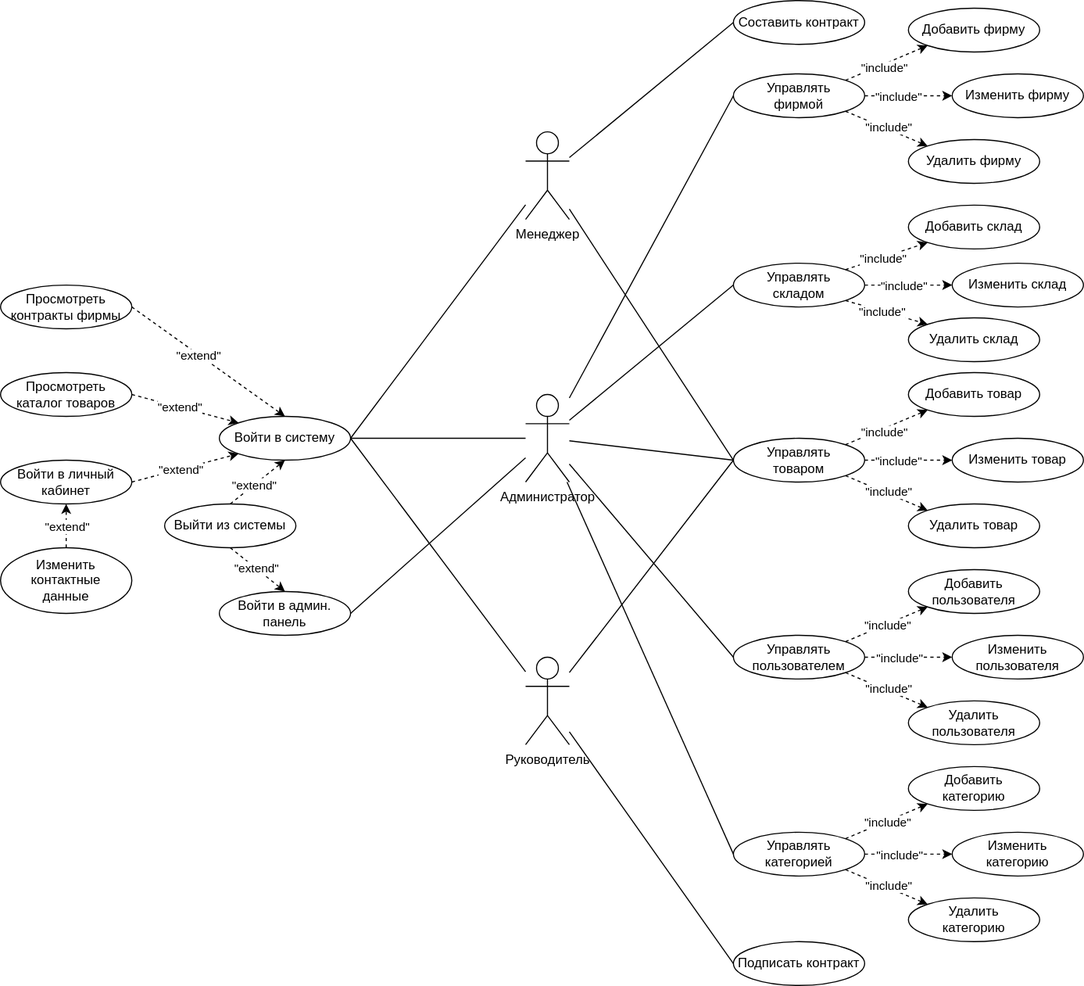
This is report/tex/images/use_case.svg from PackledD/ResellerShop, a draw.io export, as it was before one commit. Source tidied: cells renumbered, new cells last; positions are measured from the earlier drawing's top-left corner, leaving out a move shared by most shapes.
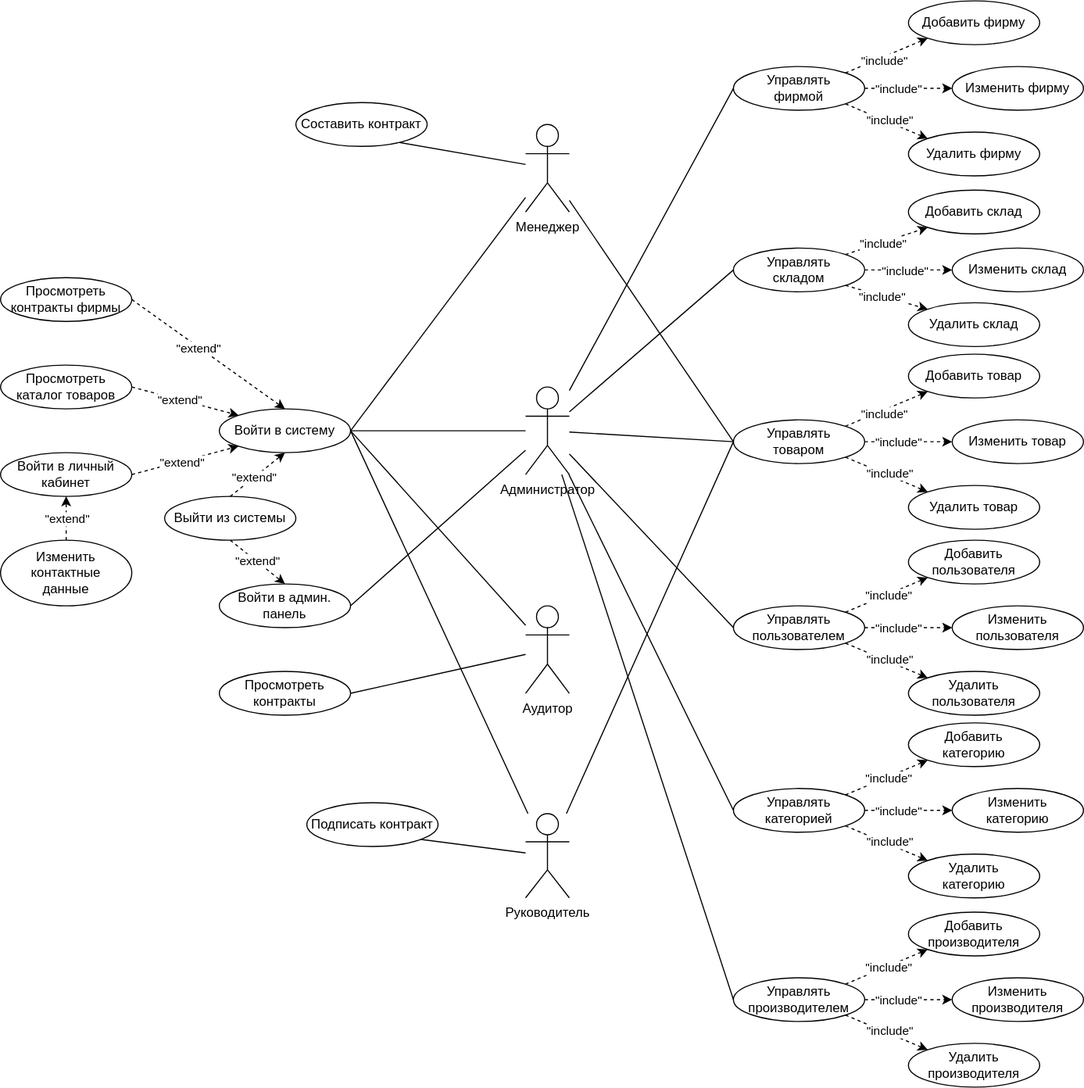
Later version of the same file.

Change to the diagram source:
```diff
@@ -26,14 +26,14 @@
     <mxCell id="9" style="rounded=0;jettySize=auto;html=1;entryX=1;entryY=0.5;entryDx=0;entryDy=0;endArrow=none;endFill=0;" parent="1" edge="1" source="12" target="54">
       <mxGeometry relative="1" as="geometry" />
     </mxCell>
-    <mxCell id="10" style="edgeStyle=none;shape=connector;rounded=0;jettySize=auto;html=1;entryX=0;entryY=0.5;entryDx=0;entryDy=0;labelBackgroundColor=default;strokeColor=default;align=center;verticalAlign=middle;fontFamily=Helvetica;fontSize=11;fontColor=default;endArrow=none;endFill=0;" parent="1" edge="1" source="12" target="38">
+    <mxCell id="10" style="edgeStyle=none;shape=connector;rounded=0;jettySize=auto;html=1;entryX=0;entryY=0.5;entryDx=0;entryDy=0;labelBackgroundColor=default;strokeColor=default;align=center;verticalAlign=middle;fontFamily=Helvetica;fontSize=11;fontColor=default;endArrow=none;endFill=0;" parent="1" edge="1" source="89" target="38">
       <mxGeometry relative="1" as="geometry" />
     </mxCell>
-    <mxCell id="11" style="edgeStyle=none;shape=connector;rounded=0;jettySize=auto;html=1;entryX=0;entryY=0.5;entryDx=0;entryDy=0;labelBackgroundColor=default;strokeColor=default;align=center;verticalAlign=middle;fontFamily=Helvetica;fontSize=11;fontColor=default;endArrow=none;endFill=0;" parent="1" edge="1" source="12" target="23">
+    <mxCell id="11" style="edgeStyle=none;shape=connector;rounded=0;jettySize=auto;html=1;entryX=0;entryY=0.5;entryDx=0;entryDy=0;labelBackgroundColor=default;strokeColor=default;align=center;verticalAlign=middle;fontFamily=Helvetica;fontSize=11;fontColor=default;endArrow=none;endFill=0;" parent="1" edge="1" source="89" target="23">
       <mxGeometry relative="1" as="geometry" />
     </mxCell>
-    <mxCell id="12" value="Руководитель" style="shape=umlActor;verticalLabelPosition=bottom;verticalAlign=top;html=1;outlineConnect=0;" parent="1" vertex="1">
-      <mxGeometry x="480" y="600" width="40" height="80" as="geometry" />
+    <mxCell id="12" value="Аудитор" style="shape=umlActor;verticalLabelPosition=bottom;verticalAlign=top;html=1;outlineConnect=0;" parent="1" vertex="1">
+      <mxGeometry x="480" y="560" width="40" height="80" as="geometry" />
     </mxCell>
     <mxCell id="13" style="rounded=0;jettySize=auto;html=1;entryX=1;entryY=0.5;entryDx=0;entryDy=0;endArrow=none;endFill=0;" parent="1" edge="1" source="16" target="54">
       <mxGeometry relative="1" as="geometry" />
@@ -70,28 +70,28 @@
       </mxGeometry>
     </mxCell>
     <mxCell id="23" value="Управлять&lt;br&gt;товаром" style="ellipse;whiteSpace=wrap;html=1;" parent="1" vertex="1">
-      <mxGeometry x="670" y="400" width="120" height="40" as="geometry" />
+      <mxGeometry x="670" y="390" width="120" height="40" as="geometry" />
     </mxCell>
     <mxCell id="24" value="Добавить товар" style="ellipse;whiteSpace=wrap;html=1;" parent="1" vertex="1">
-      <mxGeometry x="830" y="340" width="120" height="40" as="geometry" />
+      <mxGeometry x="830" y="330" width="120" height="40" as="geometry" />
     </mxCell>
     <mxCell id="25" value="Удалить товар" style="ellipse;whiteSpace=wrap;html=1;" parent="1" vertex="1">
-      <mxGeometry x="830" y="460" width="120" height="40" as="geometry" />
+      <mxGeometry x="830" y="450" width="120" height="40" as="geometry" />
     </mxCell>
     <mxCell id="26" value="Изменить товар" style="ellipse;whiteSpace=wrap;html=1;" parent="1" vertex="1">
-      <mxGeometry x="870" y="400" width="120" height="40" as="geometry" />
+      <mxGeometry x="870" y="390" width="120" height="40" as="geometry" />
     </mxCell>
     <mxCell id="27" value="Управлять&lt;br&gt;пользователем" style="ellipse;whiteSpace=wrap;html=1;" parent="1" vertex="1">
-      <mxGeometry x="670" y="580" width="120" height="40" as="geometry" />
+      <mxGeometry x="670" y="560" width="120" height="40" as="geometry" />
     </mxCell>
     <mxCell id="28" value="Добавить пользователя" style="ellipse;whiteSpace=wrap;html=1;" parent="1" vertex="1">
-      <mxGeometry x="830" y="520" width="120" height="40" as="geometry" />
+      <mxGeometry x="830" y="500" width="120" height="40" as="geometry" />
     </mxCell>
     <mxCell id="29" value="Изменить пользователя" style="ellipse;whiteSpace=wrap;html=1;" parent="1" vertex="1">
-      <mxGeometry x="870" y="580" width="120" height="40" as="geometry" />
+      <mxGeometry x="870" y="560" width="120" height="40" as="geometry" />
     </mxCell>
     <mxCell id="30" value="Удалить пользователя" style="ellipse;whiteSpace=wrap;html=1;" parent="1" vertex="1">
-      <mxGeometry x="830" y="640" width="120" height="40" as="geometry" />
+      <mxGeometry x="830" y="620" width="120" height="40" as="geometry" />
     </mxCell>
     <mxCell id="31" style="edgeStyle=none;shape=connector;rounded=0;jettySize=auto;html=1;exitX=1;exitY=1;exitDx=0;exitDy=0;entryX=0;entryY=0;entryDx=0;entryDy=0;labelBackgroundColor=default;strokeColor=default;align=center;verticalAlign=middle;fontFamily=Helvetica;fontSize=11;fontColor=default;endArrow=classic;endFill=1;dashed=1;" parent="1" edge="1" source="27" target="30">
       <mxGeometry relative="1" as="geometry" />
@@ -118,19 +118,19 @@
       </mxGeometry>
     </mxCell>
     <mxCell id="37" value="Составить контракт" style="ellipse;whiteSpace=wrap;html=1;" parent="1" vertex="1">
-      <mxGeometry x="670" width="120" height="40" as="geometry" />
+      <mxGeometry x="270" y="100" width="120" height="40" as="geometry" />
     </mxCell>
     <mxCell id="38" value="Подписать контракт" style="ellipse;whiteSpace=wrap;html=1;" parent="1" vertex="1">
-      <mxGeometry x="670" y="860" width="120" height="40" as="geometry" />
+      <mxGeometry x="280" y="740" width="120" height="40" as="geometry" />
     </mxCell>
     <mxCell id="39" value="Управлять&lt;br&gt;складом" style="ellipse;whiteSpace=wrap;html=1;" parent="1" vertex="1">
-      <mxGeometry x="670" y="240" width="120" height="40" as="geometry" />
+      <mxGeometry x="670" y="233" width="120" height="40" as="geometry" />
     </mxCell>
     <mxCell id="40" value="Добавить склад" style="ellipse;whiteSpace=wrap;html=1;" parent="1" vertex="1">
-      <mxGeometry x="830" y="187" width="120" height="40" as="geometry" />
+      <mxGeometry x="830" y="180" width="120" height="40" as="geometry" />
     </mxCell>
     <mxCell id="41" value="Изменить склад" style="ellipse;whiteSpace=wrap;html=1;" parent="1" vertex="1">
-      <mxGeometry x="870" y="240" width="120" height="40" as="geometry" />
+      <mxGeometry x="870" y="233" width="120" height="40" as="geometry" />
     </mxCell>
     <mxCell id="42" style="edgeStyle=none;shape=connector;rounded=0;jettySize=auto;html=1;exitX=1;exitY=0;exitDx=0;exitDy=0;entryX=0;entryY=1;entryDx=0;entryDy=0;labelBackgroundColor=default;strokeColor=default;align=center;verticalAlign=middle;fontFamily=Helvetica;fontSize=11;fontColor=default;endArrow=classic;endFill=1;dashed=1;" parent="1" edge="1" source="39" target="40">
       <mxGeometry relative="1" as="geometry" />
@@ -233,7 +233,7 @@
       </mxGeometry>
     </mxCell>
     <mxCell id="70" value="Удалить склад" style="ellipse;whiteSpace=wrap;html=1;" parent="1" vertex="1">
-      <mxGeometry x="830" y="290" width="120" height="40" as="geometry" />
+      <mxGeometry x="830" y="283" width="120" height="40" as="geometry" />
     </mxCell>
     <mxCell id="71" style="edgeStyle=none;shape=connector;rounded=0;jettySize=auto;html=1;exitX=1;exitY=0.5;exitDx=0;exitDy=0;entryX=0;entryY=0.5;entryDx=0;entryDy=0;labelBackgroundColor=default;strokeColor=default;align=center;verticalAlign=middle;fontFamily=Helvetica;fontSize=11;fontColor=default;endArrow=classic;endFill=1;dashed=1;" parent="1" edge="1" source="39" target="41">
       <mxGeometry relative="1" as="geometry" />
@@ -263,16 +263,16 @@
       </mxGeometry>
     </mxCell>
     <mxCell id="78" value="Управлять&lt;br&gt;категорией" style="ellipse;whiteSpace=wrap;html=1;" parent="1" vertex="1">
-      <mxGeometry x="670" y="760" width="120" height="40" as="geometry" />
+      <mxGeometry x="670" y="727" width="120" height="40" as="geometry" />
     </mxCell>
     <mxCell id="79" value="Добавить&lt;br&gt;категорию" style="ellipse;whiteSpace=wrap;html=1;" parent="1" vertex="1">
-      <mxGeometry x="830" y="700" width="120" height="40" as="geometry" />
+      <mxGeometry x="830" y="667" width="120" height="40" as="geometry" />
     </mxCell>
     <mxCell id="80" value="Изменить&lt;br&gt;категорию" style="ellipse;whiteSpace=wrap;html=1;" parent="1" vertex="1">
-      <mxGeometry x="870" y="760" width="120" height="40" as="geometry" />
+      <mxGeometry x="870" y="727" width="120" height="40" as="geometry" />
     </mxCell>
     <mxCell id="81" value="Удалить&lt;br&gt;категорию" style="ellipse;whiteSpace=wrap;html=1;" parent="1" vertex="1">
-      <mxGeometry x="830" y="820" width="120" height="40" as="geometry" />
+      <mxGeometry x="830" y="787" width="120" height="40" as="geometry" />
     </mxCell>
     <mxCell id="82" style="edgeStyle=none;shape=connector;rounded=0;jettySize=auto;html=1;exitX=1;exitY=1;exitDx=0;exitDy=0;entryX=0;entryY=0;entryDx=0;entryDy=0;labelBackgroundColor=default;strokeColor=default;align=center;verticalAlign=middle;fontFamily=Helvetica;fontSize=11;fontColor=default;endArrow=classic;endFill=1;dashed=1;" parent="1" edge="1" source="78" target="81">
       <mxGeometry relative="1" as="geometry" />
@@ -301,5 +301,56 @@
     <mxCell id="88" style="edgeStyle=none;shape=connector;rounded=0;jettySize=auto;html=1;entryX=0;entryY=0.5;entryDx=0;entryDy=0;labelBackgroundColor=default;strokeColor=default;align=center;verticalAlign=middle;fontFamily=Helvetica;fontSize=11;fontColor=default;endArrow=none;endFill=0;" parent="1" edge="1" source="8" target="78">
       <mxGeometry relative="1" as="geometry" />
     </mxCell>
+    <mxCell id="89" value="Руководитель" style="shape=umlActor;verticalLabelPosition=bottom;verticalAlign=top;html=1;outlineConnect=0;" parent="1" vertex="1">
+      <mxGeometry x="480" y="750" width="40" height="77" as="geometry" />
+    </mxCell>
+    <mxCell id="90" style="edgeStyle=none;shape=connector;rounded=0;jettySize=auto;html=1;entryX=1;entryY=0.5;entryDx=0;entryDy=0;labelBackgroundColor=default;strokeColor=default;align=center;verticalAlign=middle;fontFamily=Helvetica;fontSize=11;fontColor=default;endArrow=none;endFill=0;" parent="1" edge="1" source="89" target="54">
+      <mxGeometry relative="1" as="geometry" />
+    </mxCell>
+    <mxCell id="91" value="Просмотреть контракты" style="ellipse;whiteSpace=wrap;html=1;" parent="1" vertex="1">
+      <mxGeometry x="200" y="620" width="120" height="40" as="geometry" />
+    </mxCell>
+    <mxCell id="92" style="edgeStyle=none;shape=connector;rounded=0;jettySize=auto;html=1;entryX=1;entryY=0.5;entryDx=0;entryDy=0;labelBackgroundColor=default;strokeColor=default;align=center;verticalAlign=middle;fontFamily=Helvetica;fontSize=11;fontColor=default;endArrow=none;endFill=0;" parent="1" edge="1" source="12" target="91">
+      <mxGeometry relative="1" as="geometry" />
+    </mxCell>
+    <mxCell id="93" value="Управлять&lt;br&gt;производителем" style="ellipse;whiteSpace=wrap;html=1;" parent="1" vertex="1">
+      <mxGeometry x="670" y="900" width="120" height="40" as="geometry" />
+    </mxCell>
+    <mxCell id="94" value="Добавить&lt;br&gt;производителя" style="ellipse;whiteSpace=wrap;html=1;" parent="1" vertex="1">
+      <mxGeometry x="830" y="840" width="120" height="40" as="geometry" />
+    </mxCell>
+    <mxCell id="95" value="Изменить&lt;br&gt;производителя" style="ellipse;whiteSpace=wrap;html=1;" parent="1" vertex="1">
+      <mxGeometry x="870" y="900" width="120" height="40" as="geometry" />
+    </mxCell>
+    <mxCell id="96" value="Удалить&lt;br&gt;производителя" style="ellipse;whiteSpace=wrap;html=1;" parent="1" vertex="1">
+      <mxGeometry x="830" y="960" width="120" height="40" as="geometry" />
+    </mxCell>
+    <mxCell id="97" style="edgeStyle=none;shape=connector;rounded=0;jettySize=auto;html=1;exitX=1;exitY=1;exitDx=0;exitDy=0;entryX=0;entryY=0;entryDx=0;entryDy=0;labelBackgroundColor=default;strokeColor=default;align=center;verticalAlign=middle;fontFamily=Helvetica;fontSize=11;fontColor=default;endArrow=classic;endFill=1;dashed=1;" parent="1" edge="1" source="93" target="96">
+      <mxGeometry relative="1" as="geometry" />
+    </mxCell>
+    <mxCell id="98" value="&quot;include&quot;" style="edgeLabel;html=1;align=center;verticalAlign=middle;" parent="97" vertex="1">
+      <mxGeometry x="0.19" y="1" relative="1" as="geometry">
+        <mxPoint x="-6" y="-4" as="offset" />
+      </mxGeometry>
+    </mxCell>
+    <mxCell id="99" style="edgeStyle=none;shape=connector;rounded=0;jettySize=auto;html=1;exitX=1;exitY=0;exitDx=0;exitDy=0;entryX=0;entryY=1;entryDx=0;entryDy=0;labelBackgroundColor=default;strokeColor=default;align=center;verticalAlign=middle;fontFamily=Helvetica;fontSize=11;fontColor=default;endArrow=classic;endFill=1;dashed=1;" parent="1" edge="1" source="93" target="94">
+      <mxGeometry relative="1" as="geometry" />
+    </mxCell>
+    <mxCell id="100" value="&quot;include&quot;" style="edgeLabel;html=1;align=center;verticalAlign=middle;" parent="99" vertex="1">
+      <mxGeometry x="0.19" y="1" relative="1" as="geometry">
+        <mxPoint x="-6" y="4" as="offset" />
+      </mxGeometry>
+    </mxCell>
+    <mxCell id="101" style="edgeStyle=none;shape=connector;rounded=0;jettySize=auto;html=1;exitX=1;exitY=0.5;exitDx=0;exitDy=0;entryX=0;entryY=0.5;entryDx=0;entryDy=0;labelBackgroundColor=default;strokeColor=default;align=center;verticalAlign=middle;fontFamily=Helvetica;fontSize=11;fontColor=default;endArrow=classic;endFill=1;dashed=1;" parent="1" edge="1" source="93" target="95">
+      <mxGeometry relative="1" as="geometry" />
+    </mxCell>
+    <mxCell id="102" value="&quot;include&quot;" style="edgeLabel;html=1;align=center;verticalAlign=middle;" parent="101" vertex="1">
+      <mxGeometry x="0.19" y="1" relative="1" as="geometry">
+        <mxPoint x="-17" y="1" as="offset" />
+      </mxGeometry>
+    </mxCell>
+    <mxCell id="103" style="edgeStyle=none;shape=connector;rounded=0;jettySize=auto;html=1;entryX=0;entryY=0.5;entryDx=0;entryDy=0;labelBackgroundColor=default;strokeColor=default;align=center;verticalAlign=middle;fontFamily=Helvetica;fontSize=11;fontColor=default;endArrow=none;endFill=0;" parent="1" edge="1" source="8" target="93">
+      <mxGeometry relative="1" as="geometry" />
+    </mxCell>
   </root>
 </mxGraphModel>
```
